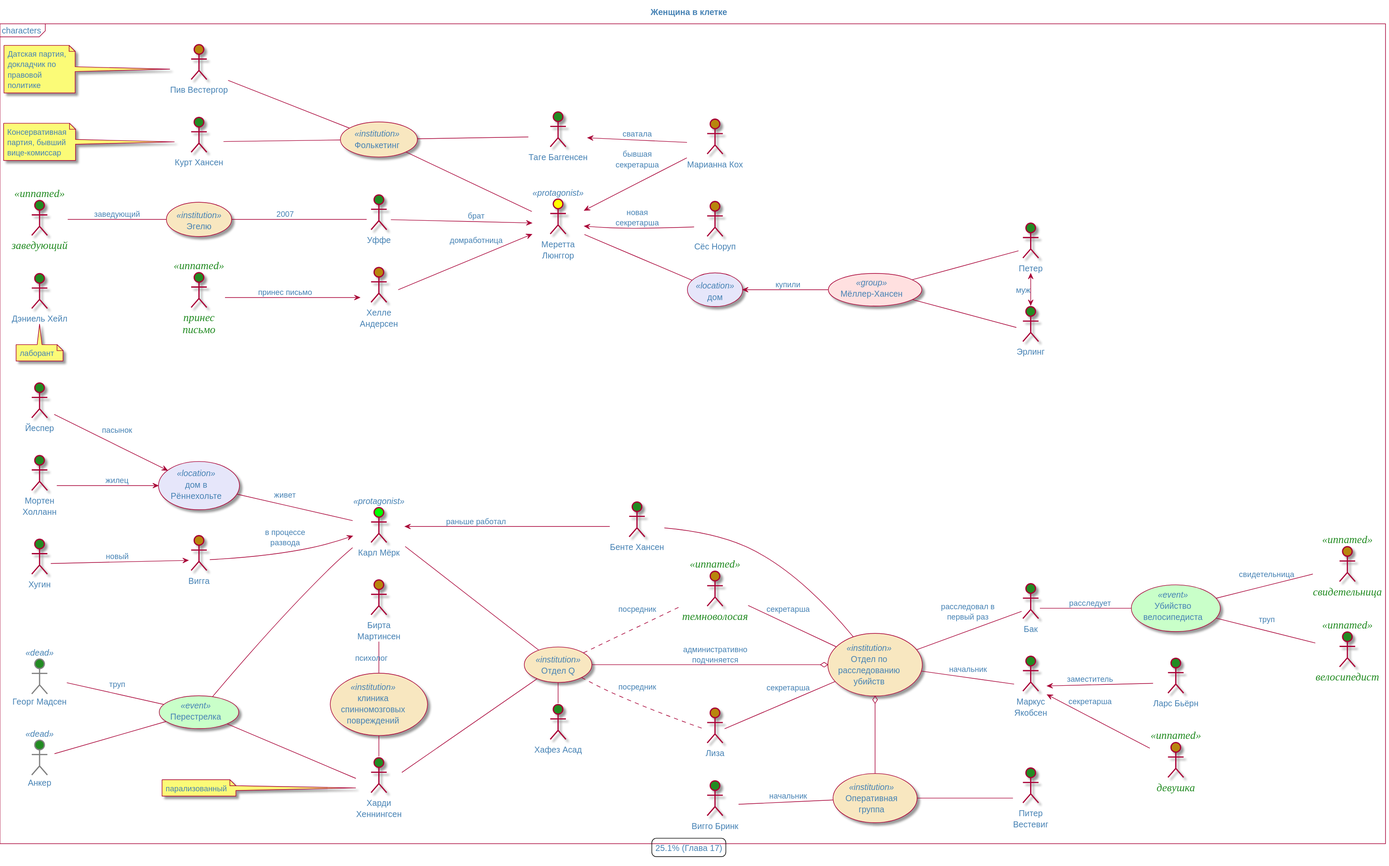
Before: adler-olsen/caged_woman-__.svg, a diagram exported from PlantUML (olek3/reading).
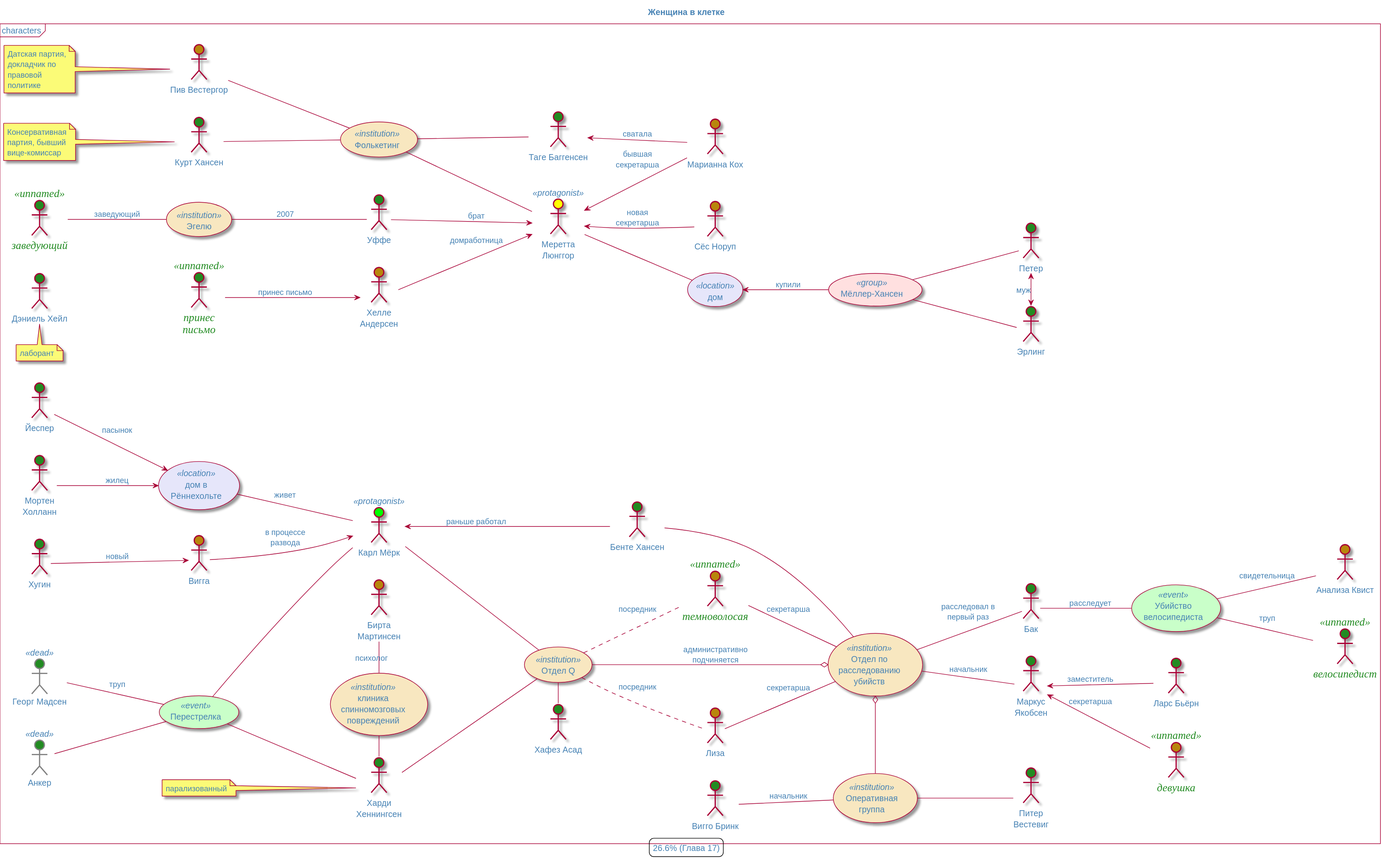
Above is the later version.

Commit message:
Анализа Квист

Diff of the diagram source:
```diff
@@ -8,7 +8,7 @@
 
 title Женщина в клетке
 mainframe characters
-legend : 25.1% (Глава 17)
+legend : 26.6% (Глава 17)
 
 :Меретта Люнггор: as caged  $female_protagonist
 
@@ -176,7 +176,7 @@
 (Убийство велосипедиста) as cyclerMurder <<event>>
 bak -- cyclerMurder : расследует
 
-:свидетельница: as witness <<unnamed>> $female
+:Анализа Квист: as witness  $female
 :велосипедист: as cycler <<unnamed>> $male
 cyclerMurder -- witness : свидетельница
 cyclerMurder -- cycler : труп
```
